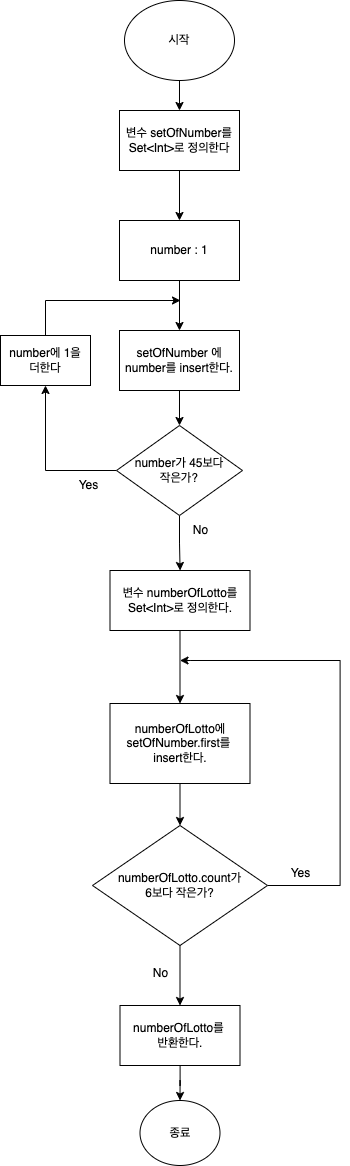
This is CodeStarterCamp_Week2/pick-lotto-number.png from yumin43/swift-starter-Round2, a draw.io export, as it was before one commit. Source tidied: cells renumbered, new cells last; positions are measured from the earlier drawing's top-left corner, leaving out a move shared by most shapes. Its diagram source:
```xml
<mxGraphModel>
  <root>
    <mxCell id="0" />
    <mxCell id="1" parent="0" />
    <mxCell id="2" style="edgeStyle=orthogonalEdgeStyle;rounded=0;jettySize=auto;html=1;" parent="1" edge="1" source="3" target="5">
      <mxGeometry relative="1" as="geometry" />
    </mxCell>
    <mxCell id="3" value="시작" style="ellipse;whiteSpace=wrap;html=1;" parent="1" vertex="1">
      <mxGeometry x="124" width="110" height="80" as="geometry" />
    </mxCell>
    <mxCell id="4" style="edgeStyle=orthogonalEdgeStyle;rounded=0;jettySize=auto;html=1;" parent="1" edge="1" source="5" target="7">
      <mxGeometry relative="1" as="geometry" />
    </mxCell>
    <mxCell id="5" value="변수 setOfNumber를 Set&amp;lt;Int&amp;gt;로 정의한다" style="whiteSpace=wrap;html=1;" parent="1" vertex="1">
      <mxGeometry x="119" y="110" width="120" height="60" as="geometry" />
    </mxCell>
    <mxCell id="6" style="edgeStyle=orthogonalEdgeStyle;rounded=0;jettySize=auto;html=1;" parent="1" edge="1" source="7" target="9">
      <mxGeometry relative="1" as="geometry" />
    </mxCell>
    <mxCell id="7" value="number : 1" style="whiteSpace=wrap;html=1;" parent="1" vertex="1">
      <mxGeometry x="119" y="220" width="120" height="60" as="geometry" />
    </mxCell>
    <mxCell id="8" style="edgeStyle=orthogonalEdgeStyle;rounded=0;jettySize=auto;html=1;" parent="1" edge="1" source="9" target="12">
      <mxGeometry relative="1" as="geometry" />
    </mxCell>
    <mxCell id="9" value="setOfNumber 에 number를 insert한다." style="whiteSpace=wrap;html=1;" parent="1" vertex="1">
      <mxGeometry x="119" y="330" width="120" height="60" as="geometry" />
    </mxCell>
    <mxCell id="10" style="edgeStyle=orthogonalEdgeStyle;rounded=0;jettySize=auto;html=1;" parent="1" edge="1" source="12" target="14">
      <mxGeometry relative="1" as="geometry" />
    </mxCell>
    <mxCell id="11" style="edgeStyle=orthogonalEdgeStyle;rounded=0;jettySize=auto;html=1;" parent="1" edge="1" source="12" target="17">
      <mxGeometry relative="1" as="geometry" />
    </mxCell>
    <mxCell id="12" value="number가 45보다&lt;div&gt;작은가?&lt;/div&gt;" style="rhombus;whiteSpace=wrap;html=1;" parent="1" vertex="1">
      <mxGeometry x="116" y="425" width="126" height="90" as="geometry" />
    </mxCell>
    <mxCell id="13" style="edgeStyle=orthogonalEdgeStyle;rounded=0;jettySize=auto;html=1;" parent="1" edge="1" source="14">
      <mxGeometry relative="1" as="geometry">
        <mxPoint x="180" y="300" as="targetPoint" />
        <Array as="points">
          <mxPoint x="45" y="300" />
        </Array>
      </mxGeometry>
    </mxCell>
    <mxCell id="14" value="number에 1을&lt;div&gt;더한다&lt;/div&gt;" style="whiteSpace=wrap;html=1;" parent="1" vertex="1">
      <mxGeometry y="335" width="90" height="50" as="geometry" />
    </mxCell>
    <mxCell id="15" value="Yes" style="text;html=1;align=center;verticalAlign=middle;strokeColor=none;fillColor=none;" parent="1" vertex="1">
      <mxGeometry x="68" y="470" width="40" height="30" as="geometry" />
    </mxCell>
    <mxCell id="16" style="edgeStyle=orthogonalEdgeStyle;rounded=0;jettySize=auto;html=1;" parent="1" edge="1" source="17" target="20">
      <mxGeometry relative="1" as="geometry" />
    </mxCell>
    <mxCell id="17" value="변수 numberOfLotto를&lt;div&gt;Set&amp;lt;Int&amp;gt;로 정의한다.&lt;/div&gt;" style="whiteSpace=wrap;html=1;" parent="1" vertex="1">
      <mxGeometry x="109.5" y="570" width="140" height="60" as="geometry" />
    </mxCell>
    <mxCell id="18" value="No" style="text;html=1;align=center;verticalAlign=middle;strokeColor=none;fillColor=none;" parent="1" vertex="1">
      <mxGeometry x="179.5" y="515" width="40" height="30" as="geometry" />
    </mxCell>
    <mxCell id="19" style="edgeStyle=orthogonalEdgeStyle;rounded=0;jettySize=auto;html=1;" parent="1" edge="1" source="20" target="23">
      <mxGeometry relative="1" as="geometry" />
    </mxCell>
    <mxCell id="20" value="numberOfLotto에&lt;div&gt;setOfNumber.first를&amp;nbsp;&lt;/div&gt;&lt;div&gt;insert한다.&lt;/div&gt;" style="whiteSpace=wrap;html=1;" parent="1" vertex="1">
      <mxGeometry x="109.5" y="703" width="140" height="80" as="geometry" />
    </mxCell>
    <mxCell id="21" style="edgeStyle=orthogonalEdgeStyle;rounded=0;jettySize=auto;html=1;" parent="1" edge="1" source="23">
      <mxGeometry relative="1" as="geometry">
        <mxPoint x="179.5" y="660" as="targetPoint" />
        <Array as="points">
          <mxPoint x="339.5" y="885" />
          <mxPoint x="339.5" y="660" />
          <mxPoint x="189.5" y="660" />
        </Array>
      </mxGeometry>
    </mxCell>
    <mxCell id="22" style="edgeStyle=orthogonalEdgeStyle;rounded=0;jettySize=auto;html=1;" parent="1" edge="1" source="23" target="26">
      <mxGeometry relative="1" as="geometry" />
    </mxCell>
    <mxCell id="23" value="numberOfLotto.count가&lt;div&gt;6보다 작은가?&lt;/div&gt;" style="rhombus;whiteSpace=wrap;html=1;" parent="1" vertex="1">
      <mxGeometry x="92" y="825" width="175" height="120" as="geometry" />
    </mxCell>
    <mxCell id="24" value="Yes" style="text;html=1;align=center;verticalAlign=middle;strokeColor=none;fillColor=none;" parent="1" vertex="1">
      <mxGeometry x="279.5" y="858" width="40" height="30" as="geometry" />
    </mxCell>
    <mxCell id="25" style="edgeStyle=orthogonalEdgeStyle;rounded=0;jettySize=auto;html=1;" parent="1" edge="1" source="26" target="27">
      <mxGeometry relative="1" as="geometry" />
    </mxCell>
    <mxCell id="26" value="numberOfLotto를&amp;nbsp;&lt;div&gt;반환한다.&lt;/div&gt;" style="whiteSpace=wrap;html=1;" parent="1" vertex="1">
      <mxGeometry x="119.5" y="1005" width="120" height="60" as="geometry" />
    </mxCell>
    <mxCell id="27" value="종료" style="ellipse;whiteSpace=wrap;html=1;" parent="1" vertex="1">
      <mxGeometry x="139.5" y="1100" width="80" height="65" as="geometry" />
    </mxCell>
    <mxCell id="28" value="No" style="text;html=1;align=center;verticalAlign=middle;strokeColor=none;fillColor=none;" parent="1" vertex="1">
      <mxGeometry x="139.5" y="958" width="40" height="30" as="geometry" />
    </mxCell>
  </root>
</mxGraphModel>
```
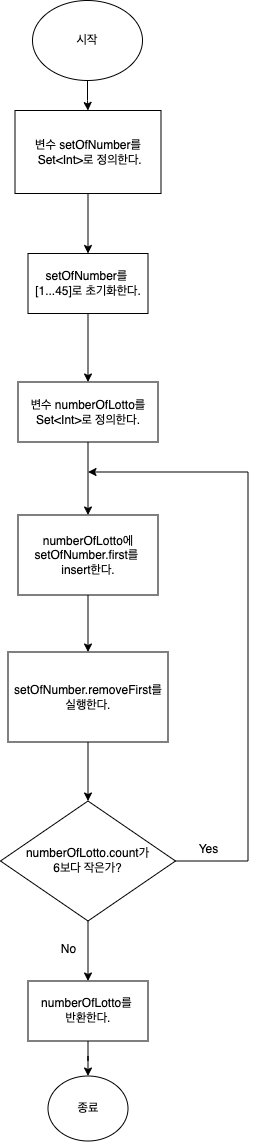
Above is the later version.

Commit message:
순서도 수정

The edit, as a diff of the source:
```diff
@@ -6,71 +6,33 @@
       <mxGeometry relative="1" as="geometry" />
     </mxCell>
     <mxCell id="3" value="시작" style="ellipse;whiteSpace=wrap;html=1;" parent="1" vertex="1">
-      <mxGeometry x="124" width="110" height="80" as="geometry" />
+      <mxGeometry x="124" y="24.5" width="110" height="80" as="geometry" />
     </mxCell>
-    <mxCell id="4" style="edgeStyle=orthogonalEdgeStyle;rounded=0;jettySize=auto;html=1;" parent="1" edge="1" source="5" target="7">
-      <mxGeometry relative="1" as="geometry" />
-    </mxCell>
+    <mxCell id="29" style="edgeStyle=orthogonalEdgeStyle;rounded=0;jettySize=auto;html=1;" parent="1" edge="1" source="5" target="34">
+      <mxGeometry relative="1" as="geometry" />
+    </mxCell>
-    <mxCell id="5" value="변수 setOfNumber를 Set&amp;lt;Int&amp;gt;로 정의한다" style="whiteSpace=wrap;html=1;" parent="1" vertex="1">
-      <mxGeometry x="119" y="110" width="120" height="60" as="geometry" />
+    <mxCell id="5" value="변수 setOfNumber를&lt;br&gt;&lt;div&gt;&amp;nbsp;Set&amp;lt;Int&amp;gt;로 정의한다.&lt;/div&gt;" style="whiteSpace=wrap;html=1;" parent="1" vertex="1">
+      <mxGeometry x="106.5" y="134.5" width="146" height="83" as="geometry" />
     </mxCell>
-    <mxCell id="6" style="edgeStyle=orthogonalEdgeStyle;rounded=0;jettySize=auto;html=1;" parent="1" edge="1" source="7" target="9">
-      <mxGeometry relative="1" as="geometry" />
-    </mxCell>
-    <mxCell id="7" value="number : 1" style="whiteSpace=wrap;html=1;" parent="1" vertex="1">
-      <mxGeometry x="119" y="220" width="120" height="60" as="geometry" />
-    </mxCell>
-    <mxCell id="8" style="edgeStyle=orthogonalEdgeStyle;rounded=0;jettySize=auto;html=1;" parent="1" edge="1" source="9" target="12">
-      <mxGeometry relative="1" as="geometry" />
-    </mxCell>
-    <mxCell id="9" value="setOfNumber 에 number를 insert한다." style="whiteSpace=wrap;html=1;" parent="1" vertex="1">
-      <mxGeometry x="119" y="330" width="120" height="60" as="geometry" />
-    </mxCell>
-    <mxCell id="10" style="edgeStyle=orthogonalEdgeStyle;rounded=0;jettySize=auto;html=1;" parent="1" edge="1" source="12" target="14">
-      <mxGeometry relative="1" as="geometry" />
-    </mxCell>
-    <mxCell id="11" style="edgeStyle=orthogonalEdgeStyle;rounded=0;jettySize=auto;html=1;" parent="1" edge="1" source="12" target="17">
-      <mxGeometry relative="1" as="geometry" />
-    </mxCell>
-    <mxCell id="12" value="number가 45보다&lt;div&gt;작은가?&lt;/div&gt;" style="rhombus;whiteSpace=wrap;html=1;" parent="1" vertex="1">
-      <mxGeometry x="116" y="425" width="126" height="90" as="geometry" />
-    </mxCell>
-    <mxCell id="13" style="edgeStyle=orthogonalEdgeStyle;rounded=0;jettySize=auto;html=1;" parent="1" edge="1" source="14">
-      <mxGeometry relative="1" as="geometry">
-        <mxPoint x="180" y="300" as="targetPoint" />
-        <Array as="points">
-          <mxPoint x="45" y="300" />
-        </Array>
-      </mxGeometry>
-    </mxCell>
-    <mxCell id="14" value="number에 1을&lt;div&gt;더한다&lt;/div&gt;" style="whiteSpace=wrap;html=1;" parent="1" vertex="1">
-      <mxGeometry y="335" width="90" height="50" as="geometry" />
-    </mxCell>
-    <mxCell id="15" value="Yes" style="text;html=1;align=center;verticalAlign=middle;strokeColor=none;fillColor=none;" parent="1" vertex="1">
-      <mxGeometry x="68" y="470" width="40" height="30" as="geometry" />
-    </mxCell>
     <mxCell id="16" style="edgeStyle=orthogonalEdgeStyle;rounded=0;jettySize=auto;html=1;" parent="1" edge="1" source="17" target="20">
       <mxGeometry relative="1" as="geometry" />
     </mxCell>
     <mxCell id="17" value="변수 numberOfLotto를&lt;div&gt;Set&amp;lt;Int&amp;gt;로 정의한다.&lt;/div&gt;" style="whiteSpace=wrap;html=1;" parent="1" vertex="1">
-      <mxGeometry x="109.5" y="570" width="140" height="60" as="geometry" />
+      <mxGeometry x="109.5" y="406" width="140" height="60" as="geometry" />
     </mxCell>
-    <mxCell id="18" value="No" style="text;html=1;align=center;verticalAlign=middle;strokeColor=none;fillColor=none;" parent="1" vertex="1">
-      <mxGeometry x="179.5" y="515" width="40" height="30" as="geometry" />
-    </mxCell>
-    <mxCell id="19" style="edgeStyle=orthogonalEdgeStyle;rounded=0;jettySize=auto;html=1;" parent="1" edge="1" source="20" target="23">
-      <mxGeometry relative="1" as="geometry" />
-    </mxCell>
+    <mxCell id="30" style="edgeStyle=orthogonalEdgeStyle;rounded=0;jettySize=auto;html=1;entryX=0.5;entryY=0;entryDx=0;entryDy=0;" parent="1" edge="1" source="20" target="32">
+      <mxGeometry relative="1" as="geometry" />
+    </mxCell>
     <mxCell id="20" value="numberOfLotto에&lt;div&gt;setOfNumber.first를&amp;nbsp;&lt;/div&gt;&lt;div&gt;insert한다.&lt;/div&gt;" style="whiteSpace=wrap;html=1;" parent="1" vertex="1">
-      <mxGeometry x="109.5" y="703" width="140" height="80" as="geometry" />
+      <mxGeometry x="109.5" y="539" width="140" height="80" as="geometry" />
     </mxCell>
     <mxCell id="21" style="edgeStyle=orthogonalEdgeStyle;rounded=0;jettySize=auto;html=1;" parent="1" edge="1" source="23">
       <mxGeometry relative="1" as="geometry">
-        <mxPoint x="179.5" y="660" as="targetPoint" />
+        <mxPoint x="179.5" y="496" as="targetPoint" />
         <Array as="points">
-          <mxPoint x="339.5" y="885" />
-          <mxPoint x="339.5" y="660" />
-          <mxPoint x="189.5" y="660" />
+          <mxPoint x="339.5" y="721" />
+          <mxPoint x="339.5" y="496" />
+          <mxPoint x="189.5" y="496" />
         </Array>
       </mxGeometry>
     </mxCell>
@@ -95,5 +57,17 @@
     <mxCell id="28" value="No" style="text;html=1;align=center;verticalAlign=middle;strokeColor=none;fillColor=none;" parent="1" vertex="1">
       <mxGeometry x="139.5" y="958" width="40" height="30" as="geometry" />
     </mxCell>
+    <mxCell id="31" style="edgeStyle=orthogonalEdgeStyle;rounded=0;jettySize=auto;html=1;" parent="1" edge="1" source="32" target="23">
+      <mxGeometry relative="1" as="geometry" />
+    </mxCell>
+    <mxCell id="32" value="setOfNumber.removeFirst를&lt;div&gt;실행한다.&lt;/div&gt;" style="whiteSpace=wrap;html=1;" parent="1" vertex="1">
+      <mxGeometry x="99.5" y="676" width="160" height="90" as="geometry" />
+    </mxCell>
+    <mxCell id="33" style="edgeStyle=orthogonalEdgeStyle;rounded=0;jettySize=auto;html=1;entryX=0.5;entryY=0;entryDx=0;entryDy=0;" parent="1" edge="1" source="34" target="17">
+      <mxGeometry relative="1" as="geometry" />
+    </mxCell>
+    <mxCell id="34" value="setOfNumber를&amp;nbsp;&lt;div&gt;[1...45]로 초기화한다.&lt;/div&gt;" style="whiteSpace=wrap;html=1;" parent="1" vertex="1">
+      <mxGeometry x="119.5" y="277.5" width="120" height="60" as="geometry" />
+    </mxCell>
   </root>
 </mxGraphModel>
```
